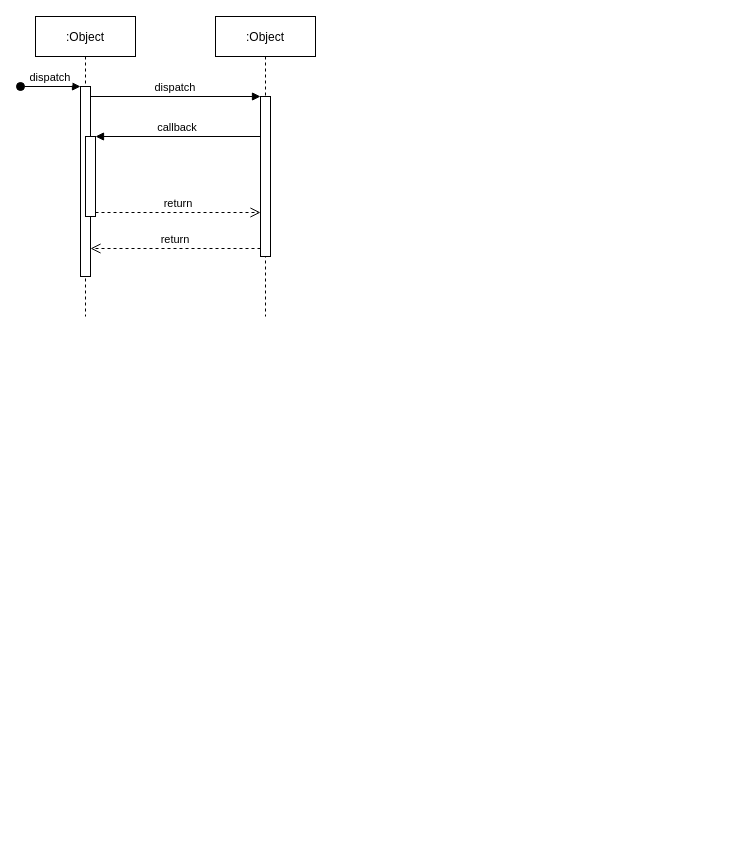
longmaoaiali/WIFI keeps this draw.io diagram as 流程调用/AP/未命名绘图.drawio. Above is the earlier version. Source tidied: cells renumbered, new cells numbered last; positions are measured from the earlier drawing's top-left corner, leaving out a move shared by most shapes. Both pictures are drawn from the tidied source at 100%, with x=0, y=0 at pixel (20, 16).
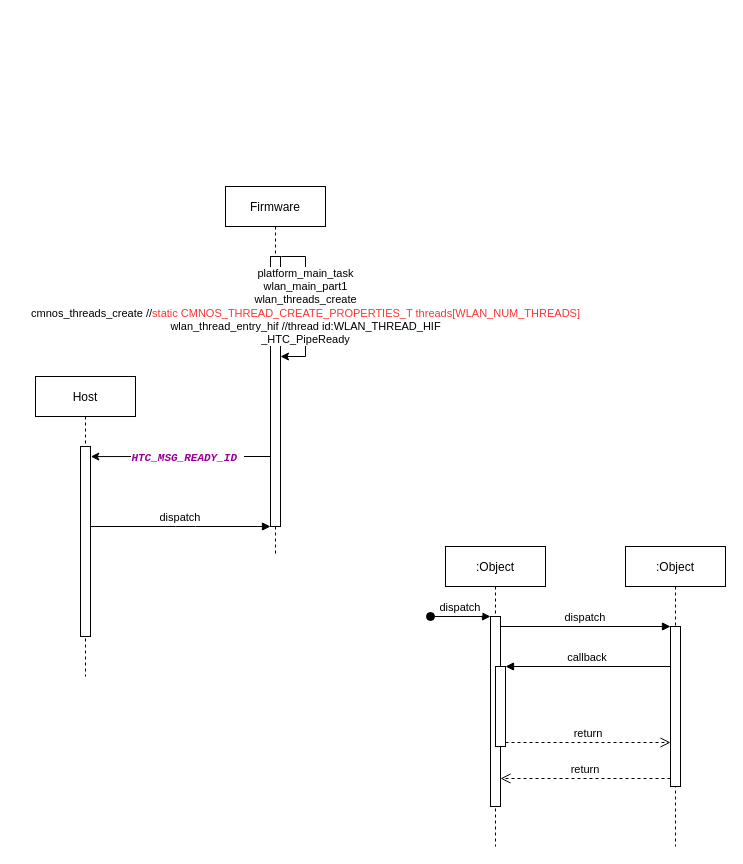
After the change.

Commit message:
更新未命名绘图.drawio

What changed in the source:
```diff
@@
-    <mxCell id="2" value=":Object" style="shape=umlLifeline;perimeter=lifelinePerimeter;rounded=0;shadow=0;strokeWidth=1;" parent="1" vertex="1">
-      <mxGeometry x="15" width="100" height="300" as="geometry" />
-    </mxCell>
-    <mxCell id="3" style="points=[];perimeter=orthogonalPerimeter;rounded=0;shadow=0;strokeWidth=1;" parent="2" vertex="1">
-      <mxGeometry x="45" y="70" width="10" height="190" as="geometry" />
-    </mxCell>
+    <mxCell id="12" value=":Object" style="shape=umlLifeline;perimeter=lifelinePerimeter;rounded=0;shadow=0;strokeWidth=1;" parent="1" vertex="1">
+      <mxGeometry x="425" y="530" width="100" height="300" as="geometry" />
+    </mxCell>
+    <mxCell id="13" style="points=[];perimeter=orthogonalPerimeter;rounded=0;shadow=0;strokeWidth=1;" parent="12" vertex="1">
+      <mxGeometry x="45" y="70" width="10" height="190" as="geometry" />
+    </mxCell>
-    <mxCell id="4" value="dispatch" style="verticalAlign=bottom;startArrow=oval;endArrow=block;startSize=8;shadow=0;strokeWidth=1;" parent="2" edge="1" target="3">
+    <mxCell id="4" value="dispatch" style="verticalAlign=bottom;startArrow=oval;endArrow=block;startSize=8;shadow=0;strokeWidth=1;" parent="12" edge="1" target="13">
       <mxGeometry relative="1" as="geometry">
         <mxPoint x="-15" y="70" as="sourcePoint" />
       </mxGeometry>
     </mxCell>
-    <mxCell id="5" style="points=[];perimeter=orthogonalPerimeter;rounded=0;shadow=0;strokeWidth=1;" parent="2" vertex="1">
+    <mxCell id="5" style="points=[];perimeter=orthogonalPerimeter;rounded=0;shadow=0;strokeWidth=1;" parent="12" vertex="1">
       <mxGeometry x="50" y="120" width="10" height="80" as="geometry" />
     </mxCell>
-    <mxCell id="6" value=":Object" style="shape=umlLifeline;perimeter=lifelinePerimeter;rounded=0;shadow=0;strokeWidth=1;" parent="1" vertex="1">
-      <mxGeometry x="195" width="100" height="300" as="geometry" />
-    </mxCell>
+    <mxCell id="14" value=":Object" style="shape=umlLifeline;perimeter=lifelinePerimeter;rounded=0;shadow=0;strokeWidth=1;" parent="1" vertex="1">
+      <mxGeometry x="605" y="530" width="100" height="300" as="geometry" />
+    </mxCell>
-    <mxCell id="7" style="points=[];perimeter=orthogonalPerimeter;rounded=0;shadow=0;strokeWidth=1;" parent="6" vertex="1">
+    <mxCell id="7" style="points=[];perimeter=orthogonalPerimeter;rounded=0;shadow=0;strokeWidth=1;" parent="14" vertex="1">
       <mxGeometry x="45" y="80" width="10" height="160" as="geometry" />
     </mxCell>
-    <mxCell id="8" value="return" style="verticalAlign=bottom;endArrow=open;dashed=1;endSize=8;exitX=0;exitY=0.95;shadow=0;strokeWidth=1;" parent="1" edge="1" source="7" target="3">
+    <mxCell id="8" value="return" style="verticalAlign=bottom;endArrow=open;dashed=1;endSize=8;exitX=0;exitY=0.95;shadow=0;strokeWidth=1;" parent="1" edge="1" source="7" target="13">
       <mxGeometry relative="1" as="geometry" />
     </mxCell>
-    <mxCell id="9" value="dispatch" style="verticalAlign=bottom;endArrow=block;entryX=0;entryY=0;shadow=0;strokeWidth=1;" parent="1" edge="1" source="3" target="7">
+    <mxCell id="9" value="dispatch" style="verticalAlign=bottom;endArrow=block;entryX=0;entryY=0;shadow=0;strokeWidth=1;" parent="1" edge="1" source="13" target="7">
       <mxGeometry relative="1" as="geometry" />
     </mxCell>
@@
+    <mxCell id="15" value="Host" style="shape=umlLifeline;perimeter=lifelinePerimeter;rounded=0;shadow=0;strokeWidth=1;" parent="1" vertex="1">
+      <mxGeometry x="15" y="360" width="100" height="300" as="geometry" />
+    </mxCell>
+    <mxCell id="16" style="points=[];perimeter=orthogonalPerimeter;rounded=0;shadow=0;strokeWidth=1;" parent="15" vertex="1">
+      <mxGeometry x="45" y="70" width="10" height="190" as="geometry" />
+    </mxCell>
+    <mxCell id="17" value="Firmware" style="shape=umlLifeline;perimeter=lifelinePerimeter;rounded=0;shadow=0;strokeWidth=1;" parent="1" vertex="1">
+      <mxGeometry x="205" y="170" width="100" height="370" as="geometry" />
+    </mxCell>
+    <mxCell id="18" style="points=[];perimeter=orthogonalPerimeter;rounded=0;shadow=0;strokeWidth=1;" parent="17" vertex="1">
+      <mxGeometry x="45" y="70" width="10" height="270" as="geometry" />
+    </mxCell>
+    <mxCell id="19" style="edgeStyle=orthogonalEdgeStyle;rounded=0;orthogonalLoop=1;jettySize=auto;html=1;exitX=0.934;exitY=0.084;exitDx=0;exitDy=0;exitPerimeter=0;" parent="17" edge="1">
+      <mxGeometry relative="1" as="geometry">
+        <mxPoint x="55.8" y="70" as="sourcePoint" />
+        <mxPoint x="55" y="170" as="targetPoint" />
+        <Array as="points">
+          <mxPoint x="80" y="70" />
+          <mxPoint x="80" y="170" />
+          <mxPoint x="55" y="170" />
+        </Array>
+      </mxGeometry>
+    </mxCell>
+    <mxCell id="20" value="platform_main_task&lt;br&gt;wlan_main_part1&lt;br&gt;wlan_threads_create&lt;br&gt;cmnos_threads_create //&lt;font color=&quot;#FF3333&quot;&gt;static CMNOS_THREAD_CREATE_PROPERTIES_T threads[WLAN_NUM_THREADS]&lt;/font&gt;&lt;br&gt;wlan_thread_entry_hif //thread id:WLAN_THREAD_HIF&lt;br&gt;_HTC_PipeReady" style="edgeLabel;html=1;align=center;verticalAlign=middle;fontColor=#000000;" parent="19" vertex="1">
+      <mxGeometry x="-0.34" y="-1" relative="1" as="geometry">
+        <mxPoint y="25" as="offset" />
+      </mxGeometry>
+    </mxCell>
+    <mxCell id="21" value="dispatch" style="verticalAlign=bottom;endArrow=block;shadow=0;strokeWidth=1;" parent="1" edge="1" source="16" target="18">
+      <mxGeometry relative="1" as="geometry">
+        <Array as="points">
+          <mxPoint x="165" y="510" />
+        </Array>
+      </mxGeometry>
+    </mxCell>
+    <mxCell id="22" style="edgeStyle=orthogonalEdgeStyle;rounded=0;jettySize=auto;html=1;entryX=1.033;entryY=0.053;entryDx=0;entryDy=0;entryPerimeter=0;" parent="1" edge="1" source="18" target="16">
+      <mxGeometry relative="1" as="geometry">
+        <Array as="points">
+          <mxPoint x="195" y="440" />
+          <mxPoint x="195" y="440" />
+        </Array>
+      </mxGeometry>
+    </mxCell>
+    <mxCell id="23" value="&lt;pre style=&quot;border: 0px; margin: 0px; color: rgb(0, 0, 0); font-style: normal; font-variant-ligatures: normal; font-variant-caps: normal; font-weight: 400; letter-spacing: normal; orphans: 2; text-align: start; text-indent: 0px; text-transform: none; widows: 2; word-spacing: 0px; -webkit-text-stroke-width: 0px; background-color: rgb(255, 255, 255); text-decoration-thickness: initial; text-decoration-style: initial; text-decoration-color: initial;&quot;&gt;&lt;a style=&quot;text-decoration: none; color: rgb(153, 0, 153); font-weight: bold; font-style: italic;&quot; class=&quot;xer intelliWindow-symbol&quot; href=&quot;https://opengrok.qualcomm.com/source/s?refs=HTC_MSG_READY_ID&amp;amp;project=NHSS.QSDK.12.2.1&quot;&gt;HTC_MSG_READY_ID&lt;/a&gt; &lt;/pre&gt;" style="edgeLabel;html=1;align=center;verticalAlign=middle;" parent="22" vertex="1">
+      <mxGeometry x="-0.06" y="1" relative="1" as="geometry" />
+    </mxCell>
```
